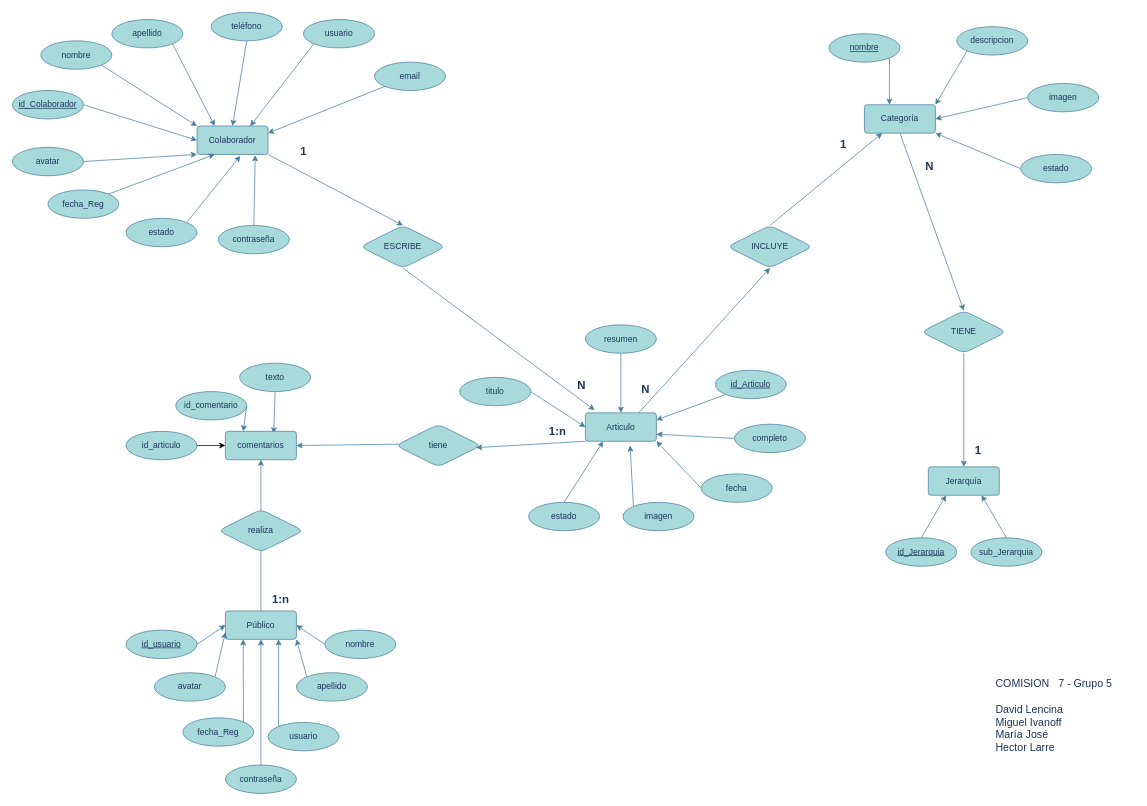
Earlier version of the draw.io diagram D5_G5/desafío 5.drawio (LDA407/desafios_del_info). Source tidied: cells renumbered, new cells numbered last; positions are measured from the earlier drawing's top-left corner, leaving out a move shared by most shapes. Both pictures are drawn from the tidied source at 71%, with x=0, y=0 at pixel (12, 12).
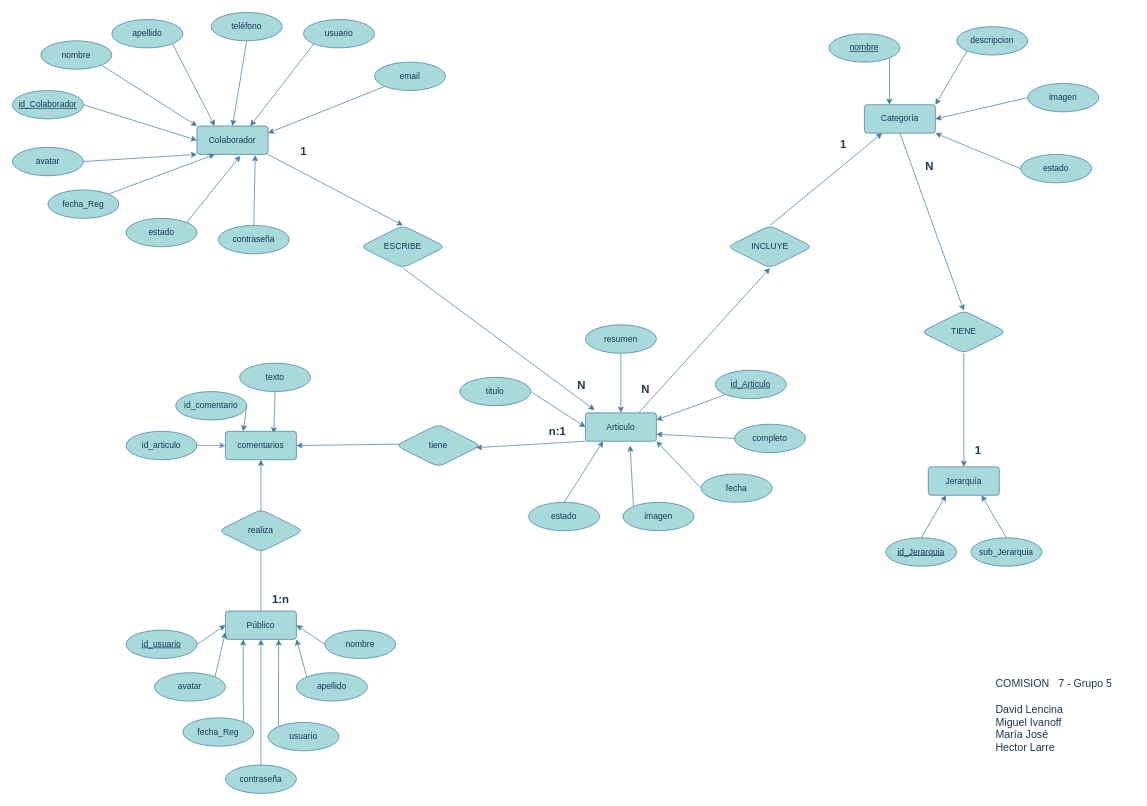
Above is the later version.

Commit message:
cambios en el mer2

The change refers to these unchanged cells:
```xml
<mxCell id="92" value="comentarios" style="rounded=1;arcSize=10;whiteSpace=wrap;html=1;align=center;labelBackgroundColor=none;fillColor=#A8DADC;strokeColor=#457B9D;fontColor=#1D3557;" parent="1" vertex="1">
  <mxGeometry x="300" y="590" width="100" height="40" as="geometry" />
</mxCell>
<mxCell id="96" value="id_articulo" style="ellipse;whiteSpace=wrap;html=1;align=center;labelBackgroundColor=none;fillColor=#A8DADC;strokeColor=#457B9D;fontColor=#1D3557;rounded=1;" parent="1" vertex="1">
  <mxGeometry x="160" y="590" width="100" height="40" as="geometry" />
</mxCell>
```

The edit, as a diff of the source:
```diff
@@
-    <mxCell id="84" value="&lt;span style=&quot;font-size: 16px;&quot;&gt;&lt;b&gt;1:n&lt;/b&gt;&lt;/span&gt;" style="text;strokeColor=none;fillColor=none;spacingLeft=4;spacingRight=4;overflow=hidden;fontSize=12;whiteSpace=wrap;html=1;labelBackgroundColor=none;fontColor=#1D3557;rounded=1;" parent="1" vertex="1">
+    <mxCell id="84" value="&lt;span style=&quot;font-size: 16px;&quot;&gt;&lt;b&gt;n:1&lt;/b&gt;&lt;/span&gt;" style="text;strokeColor=none;fillColor=none;spacingLeft=4;spacingRight=4;overflow=hidden;fontSize=12;whiteSpace=wrap;html=1;labelBackgroundColor=none;fontColor=#1D3557;rounded=1;" parent="1" vertex="1">
       <mxGeometry x="750" y="574" width="40" height="30" as="geometry" />
     </mxCell>
@@
-    <mxCell id="95" style="edgeStyle=orthogonalEdgeStyle;rounded=0;jettySize=auto;html=1;entryX=0;entryY=0.5;entryDx=0;entryDy=0;" parent="1" edge="1" source="96" target="92">
+    <mxCell id="95" style="edgeStyle=orthogonalEdgeStyle;rounded=0;jettySize=auto;html=1;entryX=0;entryY=0.5;entryDx=0;entryDy=0;fillColor=#dae8fc;strokeColor=#6c8ebf;" parent="1" edge="1" source="96" target="92">
       <mxGeometry relative="1" as="geometry" />
     </mxCell>
```
